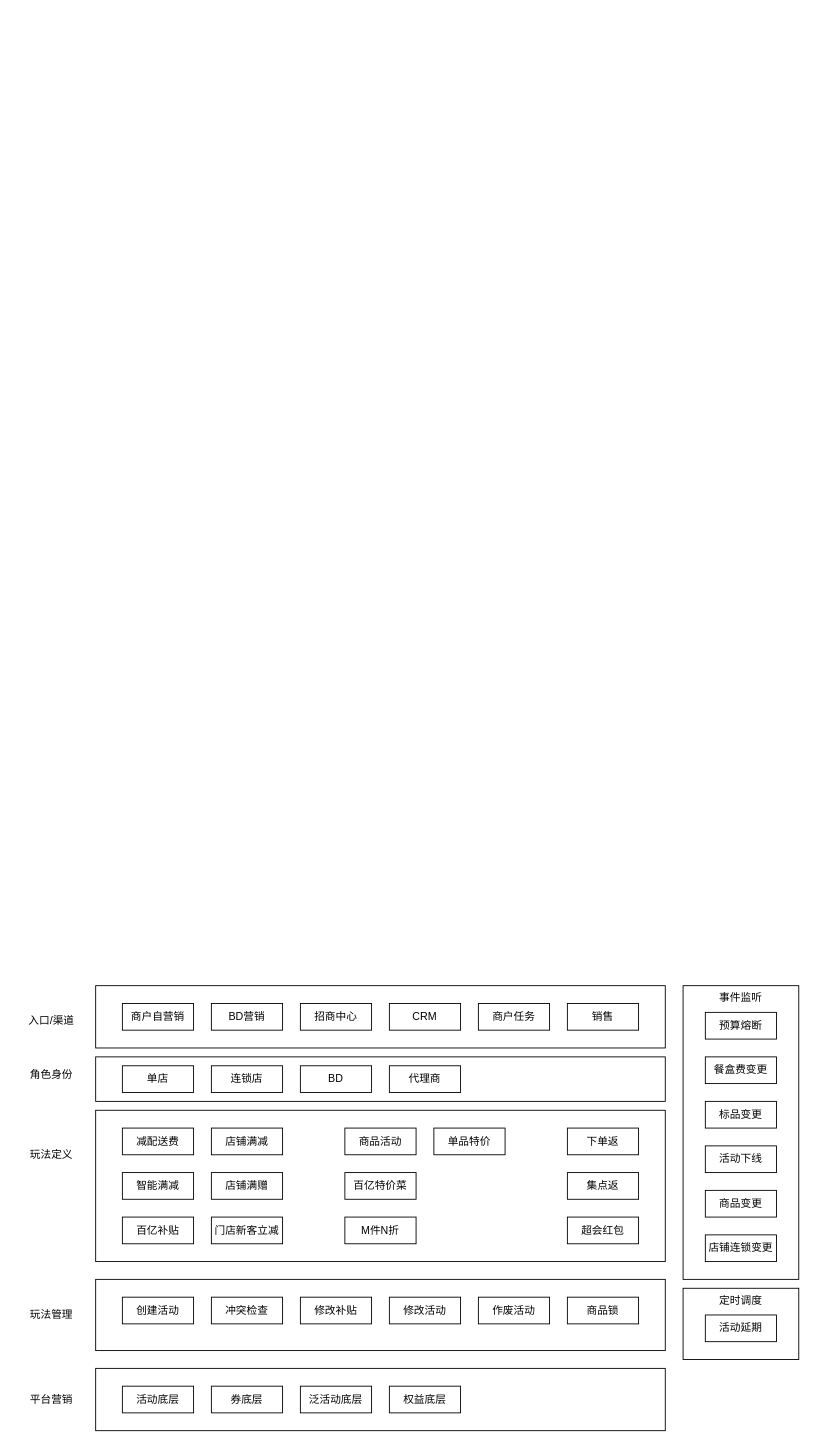
Before: page "营销玩法架构（现状）" (3 of 5) of 营销工具架构.drawio in jon-kong/draw.io, a draw.io diagram. Source tidied: cells renumbered, new cells numbered last; positions are measured from the earlier drawing's top-left corner, leaving out a move shared by most shapes. Both pictures are drawn from the tidied source at 89%, with x=0, y=0 at pixel (20, 985).
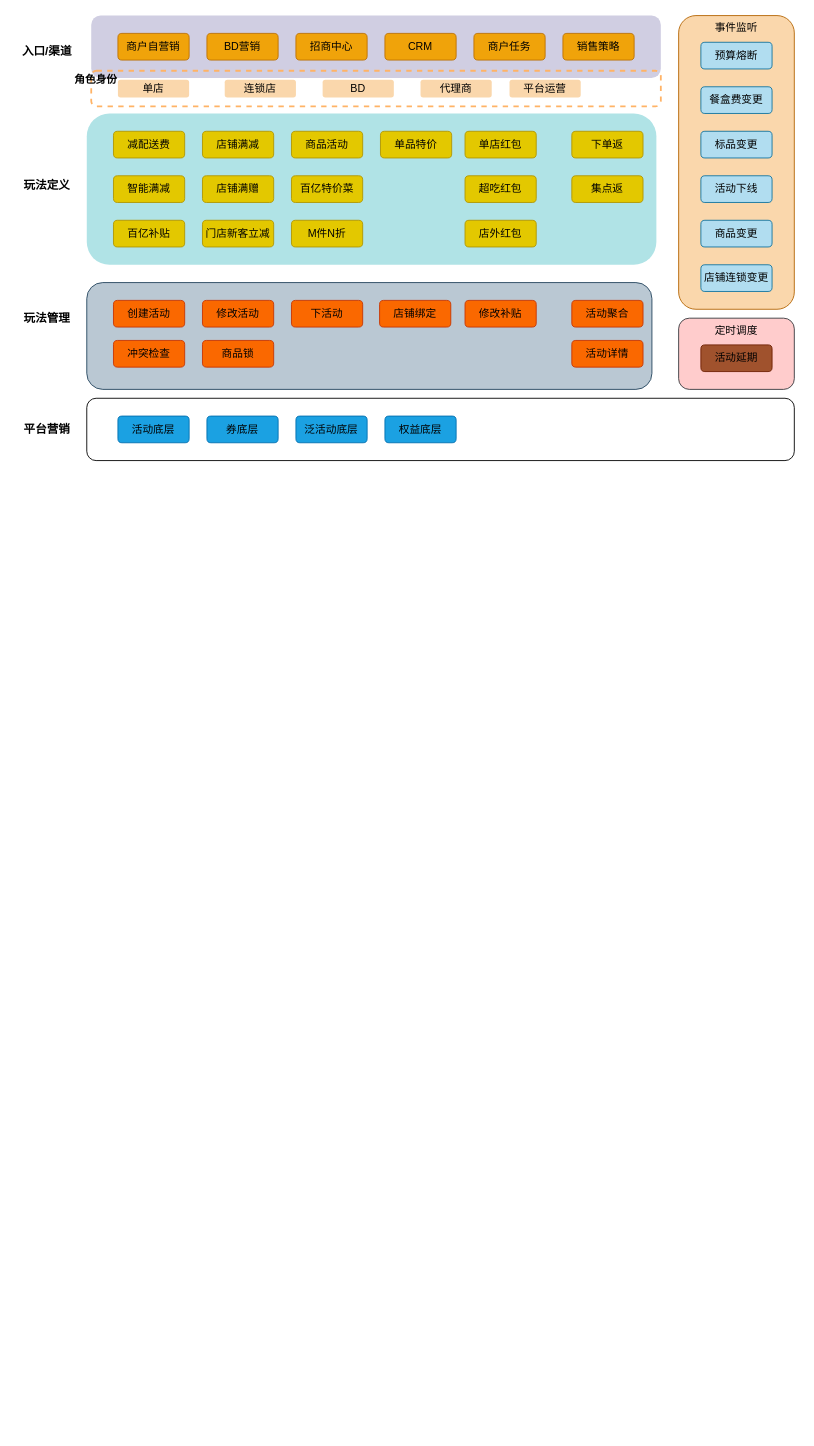
Above is the later version.

Commit message:
Update 营销工具架构.drawio

The edit, as a diff of the source:
```diff
@@
+    <mxCell id="15" style="rounded=1;whiteSpace=wrap;html=1;fillColor=#d0cee2;strokeWidth=1;strokeColor=none;" parent="1" vertex="1">
+      <mxGeometry x="80" y="-1090" width="640" height="70" as="geometry" />
+    </mxCell>
+    <mxCell id="24" style="rounded=1;whiteSpace=wrap;html=1;dashed=1;fillColor=none;strokeColor=#FFB366;strokeWidth=2;" parent="1" vertex="1">
+      <mxGeometry x="80" y="-1028" width="640" height="40" as="geometry" />
+    </mxCell>
-    <mxCell id="2" style="rounded=0;whiteSpace=wrap;html=1;" parent="1" vertex="1">
-      <mxGeometry x="85" y="330" width="640" height="80" as="geometry" />
+    <mxCell id="2" style="rounded=1;whiteSpace=wrap;html=1;fillColor=#bac8d3;strokeColor=#23445d;" parent="1" vertex="1">
+      <mxGeometry x="75" y="-790" width="635" height="120" as="geometry" />
     </mxCell>
-    <mxCell id="3" value="创建活动" style="rounded=0;whiteSpace=wrap;html=1;" parent="1" vertex="1">
-      <mxGeometry x="115" y="350" width="80" height="30" as="geometry" />
+    <mxCell id="3" value="创建活动" style="rounded=1;whiteSpace=wrap;html=1;fillColor=#fa6800;strokeColor=#C73500;" parent="1" vertex="1">
+      <mxGeometry x="105" y="-770" width="80" height="30" as="geometry" />
     </mxCell>
-    <mxCell id="4" value="冲突检查" style="rounded=0;whiteSpace=wrap;html=1;" parent="1" vertex="1">
-      <mxGeometry x="215" y="350" width="80" height="30" as="geometry" />
+    <mxCell id="4" value="冲突检查" style="rounded=1;whiteSpace=wrap;html=1;fillColor=#fa6800;strokeColor=#C73500;" parent="1" vertex="1">
+      <mxGeometry x="105" y="-725" width="80" height="30" as="geometry" />
     </mxCell>
-    <mxCell id="5" value="修改活动" style="rounded=0;whiteSpace=wrap;html=1;" parent="1" vertex="1">
-      <mxGeometry x="415" y="350" width="80" height="30" as="geometry" />
+    <mxCell id="5" value="修改活动" style="rounded=1;whiteSpace=wrap;html=1;fillColor=#fa6800;strokeColor=#C73500;" parent="1" vertex="1">
+      <mxGeometry x="205" y="-770" width="80" height="30" as="geometry" />
     </mxCell>
-    <mxCell id="6" value="作废活动" style="rounded=0;whiteSpace=wrap;html=1;" parent="1" vertex="1">
-      <mxGeometry x="515" y="350" width="80" height="30" as="geometry" />
+    <mxCell id="6" value="下活动" style="rounded=1;whiteSpace=wrap;html=1;fillColor=#fa6800;strokeColor=#C73500;" parent="1" vertex="1">
+      <mxGeometry x="305" y="-770" width="80" height="30" as="geometry" />
     </mxCell>
-    <mxCell id="7" style="rounded=0;whiteSpace=wrap;html=1;" parent="1" vertex="1">
-      <mxGeometry x="85" y="140" width="640" height="170" as="geometry" />
+    <mxCell id="7" style="rounded=1;whiteSpace=wrap;html=1;fillColor=#b0e3e6;strokeColor=none;" parent="1" vertex="1">
+      <mxGeometry x="75" y="-980" width="640" height="170" as="geometry" />
     </mxCell>
-    <mxCell id="8" value="减配送费" style="rounded=0;whiteSpace=wrap;html=1;" parent="1" vertex="1">
-      <mxGeometry x="115" y="160" width="80" height="30" as="geometry" />
+    <mxCell id="8" value="减配送费" style="rounded=1;whiteSpace=wrap;html=1;fillColor=#e3c800;strokeColor=#B09500;" parent="1" vertex="1">
+      <mxGeometry x="105" y="-960" width="80" height="30" as="geometry" />
     </mxCell>
-    <mxCell id="9" value="店铺满减" style="rounded=0;whiteSpace=wrap;html=1;" parent="1" vertex="1">
-      <mxGeometry x="215" y="160" width="80" height="30" as="geometry" />
+    <mxCell id="9" value="店铺满减" style="rounded=1;whiteSpace=wrap;html=1;fillColor=#e3c800;strokeColor=#B09500;" parent="1" vertex="1">
+      <mxGeometry x="205" y="-960" width="80" height="30" as="geometry" />
     </mxCell>
-    <mxCell id="10" value="智能满减" style="rounded=0;whiteSpace=wrap;html=1;" parent="1" vertex="1">
-      <mxGeometry x="115" y="210" width="80" height="30" as="geometry" />
+    <mxCell id="10" value="智能满减" style="rounded=1;whiteSpace=wrap;html=1;fillColor=#e3c800;strokeColor=#B09500;" parent="1" vertex="1">
+      <mxGeometry x="105" y="-910" width="80" height="30" as="geometry" />
     </mxCell>
-    <mxCell id="11" value="玩法定义" style="text;html=1;align=center;verticalAlign=middle;" parent="1" vertex="1">
-      <mxGeometry x="5" y="180" width="60" height="20" as="geometry" />
+    <mxCell id="11" value="玩法定义" style="text;html=1;align=center;verticalAlign=middle;fontStyle=1;fontSize=13;labelBackgroundColor=#ffffff;labelBorderColor=none;" parent="1" vertex="1">
+      <mxGeometry x="-5" y="-910" width="70" height="20" as="geometry" />
     </mxCell>
-    <mxCell id="12" value="玩法管理" style="text;html=1;align=center;verticalAlign=middle;" parent="1" vertex="1">
-      <mxGeometry x="5" y="360" width="60" height="20" as="geometry" />
+    <mxCell id="12" value="玩法管理" style="text;html=1;align=center;verticalAlign=middle;fontStyle=1;fontSize=13;labelBackgroundColor=#ffffff;labelBorderColor=none;" parent="1" vertex="1">
+      <mxGeometry x="-5" y="-760" width="70" height="20" as="geometry" />
     </mxCell>
-    <mxCell id="13" value="修改补贴" style="rounded=0;whiteSpace=wrap;html=1;" parent="1" vertex="1">
-      <mxGeometry x="315" y="350" width="80" height="30" as="geometry" />
+    <mxCell id="13" value="修改补贴" style="rounded=1;whiteSpace=wrap;html=1;fillColor=#fa6800;strokeColor=#C73500;" parent="1" vertex="1">
+      <mxGeometry x="500" y="-770" width="80" height="30" as="geometry" />
     </mxCell>
-    <mxCell id="14" value="入口/渠道" style="text;html=1;align=center;verticalAlign=middle;" parent="1" vertex="1">
-      <mxGeometry y="30" width="70" height="20" as="geometry" />
+    <mxCell id="14" value="入口/渠道" style="text;html=1;align=center;verticalAlign=middle;fontStyle=1;fontSize=13;labelBackgroundColor=#ffffff;labelBorderColor=none;" parent="1" vertex="1">
+      <mxGeometry x="-5" y="-1060" width="70" height="20" as="geometry" />
     </mxCell>
-    <mxCell id="15" style="rounded=0;whiteSpace=wrap;html=1;" parent="1" vertex="1">
-      <mxGeometry x="85" width="640" height="70" as="geometry" />
-    </mxCell>
-    <mxCell id="16" value="商户自营销" style="rounded=0;whiteSpace=wrap;html=1;" parent="1" vertex="1">
-      <mxGeometry x="115" y="20" width="80" height="30" as="geometry" />
+    <mxCell id="16" value="商户自营销" style="rounded=1;whiteSpace=wrap;html=1;fillColor=#f0a30a;strokeColor=#BD7000;" parent="1" vertex="1">
+      <mxGeometry x="110" y="-1070" width="80" height="30" as="geometry" />
     </mxCell>
-    <mxCell id="17" value="BD营销" style="rounded=0;whiteSpace=wrap;html=1;" parent="1" vertex="1">
-      <mxGeometry x="215" y="20" width="80" height="30" as="geometry" />
+    <mxCell id="17" value="BD营销" style="rounded=1;whiteSpace=wrap;html=1;fillColor=#f0a30a;strokeColor=#BD7000;" parent="1" vertex="1">
+      <mxGeometry x="210" y="-1070" width="80" height="30" as="geometry" />
     </mxCell>
-    <mxCell id="18" value="招商中心" style="rounded=0;whiteSpace=wrap;html=1;" parent="1" vertex="1">
-      <mxGeometry x="315" y="20" width="80" height="30" as="geometry" />
+    <mxCell id="18" value="招商中心" style="rounded=1;whiteSpace=wrap;html=1;fillColor=#f0a30a;strokeColor=#BD7000;" parent="1" vertex="1">
+      <mxGeometry x="310" y="-1070" width="80" height="30" as="geometry" />
     </mxCell>
-    <mxCell id="19" value="CRM" style="rounded=0;whiteSpace=wrap;html=1;" parent="1" vertex="1">
-      <mxGeometry x="415" y="20" width="80" height="30" as="geometry" />
+    <mxCell id="19" value="CRM" style="rounded=1;whiteSpace=wrap;html=1;fillColor=#f0a30a;strokeColor=#BD7000;" parent="1" vertex="1">
+      <mxGeometry x="410" y="-1070" width="80" height="30" as="geometry" />
     </mxCell>
-    <mxCell id="20" value="百亿补贴" style="rounded=0;whiteSpace=wrap;html=1;" parent="1" vertex="1">
-      <mxGeometry x="115" y="260" width="80" height="30" as="geometry" />
+    <mxCell id="20" value="百亿补贴" style="rounded=1;whiteSpace=wrap;html=1;fillColor=#e3c800;strokeColor=#B09500;" parent="1" vertex="1">
+      <mxGeometry x="105" y="-860" width="80" height="30" as="geometry" />
     </mxCell>
-    <mxCell id="21" value="单品特价" style="rounded=0;whiteSpace=wrap;html=1;" parent="1" vertex="1">
-      <mxGeometry x="465" y="160" width="80" height="30" as="geometry" />
+    <mxCell id="21" value="单品特价" style="rounded=1;whiteSpace=wrap;html=1;fillColor=#e3c800;strokeColor=#B09500;" parent="1" vertex="1">
+      <mxGeometry x="405" y="-960" width="80" height="30" as="geometry" />
     </mxCell>
-    <mxCell id="22" value="百亿特价菜" style="rounded=0;whiteSpace=wrap;html=1;" parent="1" vertex="1">
-      <mxGeometry x="365" y="210" width="80" height="30" as="geometry" />
+    <mxCell id="22" value="百亿特价菜" style="rounded=1;whiteSpace=wrap;html=1;fillColor=#e3c800;strokeColor=#B09500;" parent="1" vertex="1">
+      <mxGeometry x="305" y="-910" width="80" height="30" as="geometry" />
     </mxCell>
-    <mxCell id="23" value="角色身份" style="text;html=1;align=center;verticalAlign=middle;" parent="1" vertex="1">
-      <mxGeometry x="5" y="90" width="60" height="20" as="geometry" />
+    <mxCell id="23" value="角色身份" style="text;html=1;align=center;verticalAlign=middle;fontStyle=1;" parent="1" vertex="1">
+      <mxGeometry x="55" y="-1028" width="60" height="20" as="geometry" />
     </mxCell>
-    <mxCell id="24" style="rounded=0;whiteSpace=wrap;html=1;" parent="1" vertex="1">
-      <mxGeometry x="85" y="80" width="640" height="50" as="geometry" />
-    </mxCell>
-    <mxCell id="25" value="单店" style="rounded=0;whiteSpace=wrap;html=1;" parent="1" vertex="1">
-      <mxGeometry x="115" y="90" width="80" height="30" as="geometry" />
+    <mxCell id="25" value="单店" style="rounded=1;whiteSpace=wrap;html=1;fontStyle=0;fillColor=#fad7ac;strokeColor=none;" parent="1" vertex="1">
+      <mxGeometry x="110" y="-1018" width="80" height="20" as="geometry" />
     </mxCell>
-    <mxCell id="26" value="连锁店" style="rounded=0;whiteSpace=wrap;html=1;" parent="1" vertex="1">
-      <mxGeometry x="215" y="90" width="80" height="30" as="geometry" />
+    <mxCell id="26" value="连锁店" style="rounded=1;whiteSpace=wrap;html=1;fontStyle=0;fillColor=#fad7ac;strokeColor=none;" parent="1" vertex="1">
+      <mxGeometry x="230" y="-1018" width="80" height="20" as="geometry" />
     </mxCell>
-    <mxCell id="27" value="BD" style="rounded=0;whiteSpace=wrap;html=1;" parent="1" vertex="1">
-      <mxGeometry x="315" y="90" width="80" height="30" as="geometry" />
+    <mxCell id="27" value="BD" style="rounded=1;whiteSpace=wrap;html=1;fontStyle=0;fillColor=#fad7ac;strokeColor=none;" parent="1" vertex="1">
+      <mxGeometry x="340" y="-1018" width="80" height="20" as="geometry" />
     </mxCell>
-    <mxCell id="28" value="代理商" style="rounded=0;whiteSpace=wrap;html=1;" parent="1" vertex="1">
-      <mxGeometry x="415" y="90" width="80" height="30" as="geometry" />
+    <mxCell id="28" value="代理商" style="rounded=1;whiteSpace=wrap;html=1;fontStyle=0;fillColor=#fad7ac;strokeColor=none;" parent="1" vertex="1">
+      <mxGeometry x="450" y="-1018" width="80" height="20" as="geometry" />
     </mxCell>
-    <mxCell id="29" value="M件N折" style="rounded=0;whiteSpace=wrap;html=1;" parent="1" vertex="1">
-      <mxGeometry x="365" y="260" width="80" height="30" as="geometry" />
+    <mxCell id="29" value="M件N折" style="rounded=1;whiteSpace=wrap;html=1;fillColor=#e3c800;strokeColor=#B09500;" parent="1" vertex="1">
+      <mxGeometry x="305" y="-860" width="80" height="30" as="geometry" />
     </mxCell>
-    <mxCell id="30" value="店铺满赠" style="rounded=0;whiteSpace=wrap;html=1;" parent="1" vertex="1">
-      <mxGeometry x="215" y="210" width="80" height="30" as="geometry" />
+    <mxCell id="30" value="店铺满赠" style="rounded=1;whiteSpace=wrap;html=1;fillColor=#e3c800;strokeColor=#B09500;" parent="1" vertex="1">
+      <mxGeometry x="205" y="-910" width="80" height="30" as="geometry" />
     </mxCell>
-    <mxCell id="31" value="门店新客立减" style="rounded=0;whiteSpace=wrap;html=1;" parent="1" vertex="1">
-      <mxGeometry x="215" y="260" width="80" height="30" as="geometry" />
+    <mxCell id="31" value="门店新客立减" style="rounded=1;whiteSpace=wrap;html=1;fillColor=#e3c800;strokeColor=#B09500;" parent="1" vertex="1">
+      <mxGeometry x="205" y="-860" width="80" height="30" as="geometry" />
     </mxCell>
-    <mxCell id="32" value="商品活动" style="rounded=0;whiteSpace=wrap;html=1;" parent="1" vertex="1">
-      <mxGeometry x="365" y="160" width="80" height="30" as="geometry" />
+    <mxCell id="32" value="商品活动" style="rounded=1;whiteSpace=wrap;html=1;fillColor=#e3c800;strokeColor=#B09500;" parent="1" vertex="1">
+      <mxGeometry x="305" y="-960" width="80" height="30" as="geometry" />
     </mxCell>
-    <mxCell id="33" value="下单返" style="rounded=0;whiteSpace=wrap;html=1;" parent="1" vertex="1">
-      <mxGeometry x="615" y="160" width="80" height="30" as="geometry" />
+    <mxCell id="33" value="下单返" style="rounded=1;whiteSpace=wrap;html=1;fillColor=#e3c800;strokeColor=#B09500;" parent="1" vertex="1">
+      <mxGeometry x="620" y="-960" width="80" height="30" as="geometry" />
     </mxCell>
-    <mxCell id="34" value="集点返" style="rounded=0;whiteSpace=wrap;html=1;" parent="1" vertex="1">
-      <mxGeometry x="615" y="210" width="80" height="30" as="geometry" />
+    <mxCell id="34" value="集点返" style="rounded=1;whiteSpace=wrap;html=1;fillColor=#e3c800;strokeColor=#B09500;" parent="1" vertex="1">
+      <mxGeometry x="620" y="-910" width="80" height="30" as="geometry" />
     </mxCell>
-    <mxCell id="35" value="事件监听" style="rounded=0;whiteSpace=wrap;html=1;verticalAlign=top;" parent="1" vertex="1">
-      <mxGeometry x="745" width="130" height="330" as="geometry" />
+    <mxCell id="35" value="事件监听" style="rounded=1;whiteSpace=wrap;html=1;verticalAlign=top;fillColor=#fad7ac;strokeColor=#b46504;" parent="1" vertex="1">
+      <mxGeometry x="740" y="-1090" width="130" height="330" as="geometry" />
     </mxCell>
-    <mxCell id="36" value="预算熔断" style="rounded=0;whiteSpace=wrap;html=1;" parent="1" vertex="1">
-      <mxGeometry x="770" y="30" width="80" height="30" as="geometry" />
+    <mxCell id="36" value="预算熔断" style="rounded=1;whiteSpace=wrap;html=1;fillColor=#b1ddf0;strokeColor=#10739e;" parent="1" vertex="1">
+      <mxGeometry x="765" y="-1060" width="80" height="30" as="geometry" />
     </mxCell>
-    <mxCell id="37" value="标品变更" style="rounded=0;whiteSpace=wrap;html=1;" parent="1" vertex="1">
-      <mxGeometry x="770" y="130" width="80" height="30" as="geometry" />
+    <mxCell id="37" value="标品变更" style="rounded=1;whiteSpace=wrap;html=1;fillColor=#b1ddf0;strokeColor=#10739e;" parent="1" vertex="1">
+      <mxGeometry x="765" y="-960" width="80" height="30" as="geometry" />
     </mxCell>
-    <mxCell id="38" value="餐盒费变更" style="rounded=0;whiteSpace=wrap;html=1;" parent="1" vertex="1">
-      <mxGeometry x="770" y="80" width="80" height="30" as="geometry" />
+    <mxCell id="38" value="餐盒费变更" style="rounded=1;whiteSpace=wrap;html=1;fillColor=#b1ddf0;strokeColor=#10739e;" parent="1" vertex="1">
+      <mxGeometry x="765" y="-1010" width="80" height="30" as="geometry" />
     </mxCell>
-    <mxCell id="39" style="rounded=0;whiteSpace=wrap;html=1;" parent="1" vertex="1">
-      <mxGeometry x="85" y="430" width="640" height="70" as="geometry" />
+    <mxCell id="39" style="rounded=1;whiteSpace=wrap;html=1;fillColor=none;" parent="1" vertex="1">
+      <mxGeometry x="75" y="-660" width="795" height="70" as="geometry" />
     </mxCell>
-    <mxCell id="40" value="活动底层" style="rounded=0;whiteSpace=wrap;html=1;" parent="1" vertex="1">
-      <mxGeometry x="115" y="450" width="80" height="30" as="geometry" />
+    <mxCell id="40" value="活动底层" style="rounded=1;whiteSpace=wrap;html=1;fillColor=#1ba1e2;strokeColor=#006EAF;" parent="1" vertex="1">
+      <mxGeometry x="110" y="-640" width="80" height="30" as="geometry" />
     </mxCell>
-    <mxCell id="41" value="泛活动底层" style="rounded=0;whiteSpace=wrap;html=1;" parent="1" vertex="1">
-      <mxGeometry x="315" y="450" width="80" height="30" as="geometry" />
+    <mxCell id="41" value="泛活动底层" style="rounded=1;whiteSpace=wrap;html=1;fillColor=#1ba1e2;strokeColor=#006EAF;" parent="1" vertex="1">
+      <mxGeometry x="310" y="-640" width="80" height="30" as="geometry" />
     </mxCell>
-    <mxCell id="42" value="平台营销" style="text;html=1;align=center;verticalAlign=middle;" parent="1" vertex="1">
-      <mxGeometry x="5" y="455" width="60" height="20" as="geometry" />
+    <mxCell id="42" value="平台营销" style="text;html=1;align=center;verticalAlign=middle;fontStyle=1;fontSize=13;labelBackgroundColor=#ffffff;labelBorderColor=none;" parent="1" vertex="1">
+      <mxGeometry x="-5" y="-635" width="70" height="20" as="geometry" />
     </mxCell>
-    <mxCell id="43" value="券底层" style="rounded=0;whiteSpace=wrap;html=1;" parent="1" vertex="1">
-      <mxGeometry x="215" y="450" width="80" height="30" as="geometry" />
+    <mxCell id="43" value="券底层" style="rounded=1;whiteSpace=wrap;html=1;fillColor=#1ba1e2;strokeColor=#006EAF;" parent="1" vertex="1">
+      <mxGeometry x="210" y="-640" width="80" height="30" as="geometry" />
     </mxCell>
-    <mxCell id="44" value="权益底层" style="rounded=0;whiteSpace=wrap;html=1;" parent="1" vertex="1">
-      <mxGeometry x="415" y="450" width="80" height="30" as="geometry" />
+    <mxCell id="44" value="权益底层" style="rounded=1;whiteSpace=wrap;html=1;fillColor=#1ba1e2;strokeColor=#006EAF;" parent="1" vertex="1">
+      <mxGeometry x="410" y="-640" width="80" height="30" as="geometry" />
     </mxCell>
-    <mxCell id="45" value="商品锁" style="rounded=0;whiteSpace=wrap;html=1;" parent="1" vertex="1">
-      <mxGeometry x="615" y="350" width="80" height="30" as="geometry" />
+    <mxCell id="45" value="商品锁" style="rounded=1;whiteSpace=wrap;html=1;fillColor=#fa6800;strokeColor=#C73500;" parent="1" vertex="1">
+      <mxGeometry x="205" y="-725" width="80" height="30" as="geometry" />
     </mxCell>
-    <mxCell id="46" value="活动下线" style="rounded=0;whiteSpace=wrap;html=1;" parent="1" vertex="1">
-      <mxGeometry x="770" y="180" width="80" height="30" as="geometry" />
+    <mxCell id="46" value="活动下线" style="rounded=1;whiteSpace=wrap;html=1;fillColor=#b1ddf0;strokeColor=#10739e;" parent="1" vertex="1">
+      <mxGeometry x="765" y="-910" width="80" height="30" as="geometry" />
     </mxCell>
-    <mxCell id="47" value="商品变更" style="rounded=0;whiteSpace=wrap;html=1;" parent="1" vertex="1">
-      <mxGeometry x="770" y="230" width="80" height="30" as="geometry" />
+    <mxCell id="47" value="商品变更" style="rounded=1;whiteSpace=wrap;html=1;fillColor=#b1ddf0;strokeColor=#10739e;" parent="1" vertex="1">
+      <mxGeometry x="765" y="-860" width="80" height="30" as="geometry" />
     </mxCell>
-    <mxCell id="48" value="店铺连锁变更" style="rounded=0;whiteSpace=wrap;html=1;" parent="1" vertex="1">
-      <mxGeometry x="770" y="280" width="80" height="30" as="geometry" />
+    <mxCell id="48" value="店铺连锁变更" style="rounded=1;whiteSpace=wrap;html=1;fillColor=#b1ddf0;strokeColor=#10739e;" parent="1" vertex="1">
+      <mxGeometry x="765" y="-810" width="80" height="30" as="geometry" />
     </mxCell>
-    <mxCell id="49" value="超会红包" style="rounded=0;whiteSpace=wrap;html=1;" parent="1" vertex="1">
-      <mxGeometry x="615" y="260" width="80" height="30" as="geometry" />
-    </mxCell>
-    <mxCell id="50" value="定时调度" style="rounded=0;whiteSpace=wrap;html=1;verticalAlign=top;" parent="1" vertex="1">
-      <mxGeometry x="745" y="340" width="130" height="80" as="geometry" />
+    <mxCell id="50" value="定时调度" style="rounded=1;whiteSpace=wrap;html=1;verticalAlign=top;fillColor=#ffcccc;strokeColor=#36393d;" parent="1" vertex="1">
+      <mxGeometry x="740" y="-750" width="130" height="80" as="geometry" />
     </mxCell>
-    <mxCell id="51" value="活动延期" style="rounded=0;whiteSpace=wrap;html=1;" parent="1" vertex="1">
-      <mxGeometry x="770" y="370" width="80" height="30" as="geometry" />
+    <mxCell id="51" value="活动延期" style="rounded=1;whiteSpace=wrap;html=1;fillColor=#a0522d;strokeColor=#6D1F00;" parent="1" vertex="1">
+      <mxGeometry x="765" y="-720" width="80" height="30" as="geometry" />
     </mxCell>
-    <mxCell id="52" value="商户任务" style="rounded=0;whiteSpace=wrap;html=1;" parent="1" vertex="1">
-      <mxGeometry x="515" y="20" width="80" height="30" as="geometry" />
+    <mxCell id="52" value="商户任务" style="rounded=1;whiteSpace=wrap;html=1;fillColor=#f0a30a;strokeColor=#BD7000;" parent="1" vertex="1">
+      <mxGeometry x="510" y="-1070" width="80" height="30" as="geometry" />
     </mxCell>
-    <mxCell id="53" value="销售" style="rounded=0;whiteSpace=wrap;html=1;" parent="1" vertex="1">
-      <mxGeometry x="615" y="20" width="80" height="30" as="geometry" />
+    <mxCell id="53" value="销售策略" style="rounded=1;whiteSpace=wrap;html=1;fillColor=#f0a30a;strokeColor=#BD7000;" parent="1" vertex="1">
+      <mxGeometry x="610" y="-1070" width="80" height="30" as="geometry" />
     </mxCell>
+    <mxCell id="54" value="店铺绑定" style="rounded=1;whiteSpace=wrap;html=1;fillColor=#fa6800;strokeColor=#C73500;" parent="1" vertex="1">
+      <mxGeometry x="404" y="-770" width="80" height="30" as="geometry" />
+    </mxCell>
+    <mxCell id="55" value="活动聚合" style="rounded=1;whiteSpace=wrap;html=1;fillColor=#fa6800;strokeColor=#C73500;" parent="1" vertex="1">
+      <mxGeometry x="620" y="-770" width="80" height="30" as="geometry" />
+    </mxCell>
+    <mxCell id="56" value="活动详情" style="rounded=1;whiteSpace=wrap;html=1;fillColor=#fa6800;strokeColor=#C73500;" parent="1" vertex="1">
+      <mxGeometry x="620" y="-725" width="80" height="30" as="geometry" />
+    </mxCell>
+    <mxCell id="57" value="平台运营" style="rounded=1;whiteSpace=wrap;html=1;fontStyle=0;fillColor=#fad7ac;strokeColor=none;" parent="1" vertex="1">
+      <mxGeometry x="550" y="-1018" width="80" height="20" as="geometry" />
+    </mxCell>
+    <mxCell id="58" value="单店红包" style="rounded=1;whiteSpace=wrap;html=1;fillColor=#e3c800;strokeColor=#B09500;" parent="1" vertex="1">
+      <mxGeometry x="500" y="-960" width="80" height="30" as="geometry" />
+    </mxCell>
+    <mxCell id="59" value="超吃红包" style="rounded=1;whiteSpace=wrap;html=1;fillColor=#e3c800;strokeColor=#B09500;" parent="1" vertex="1">
+      <mxGeometry x="500" y="-910" width="80" height="30" as="geometry" />
+    </mxCell>
+    <mxCell id="60" value="店外红包" style="rounded=1;whiteSpace=wrap;html=1;fillColor=#e3c800;strokeColor=#B09500;" parent="1" vertex="1">
+      <mxGeometry x="500" y="-860" width="80" height="30" as="geometry" />
+    </mxCell>
```
